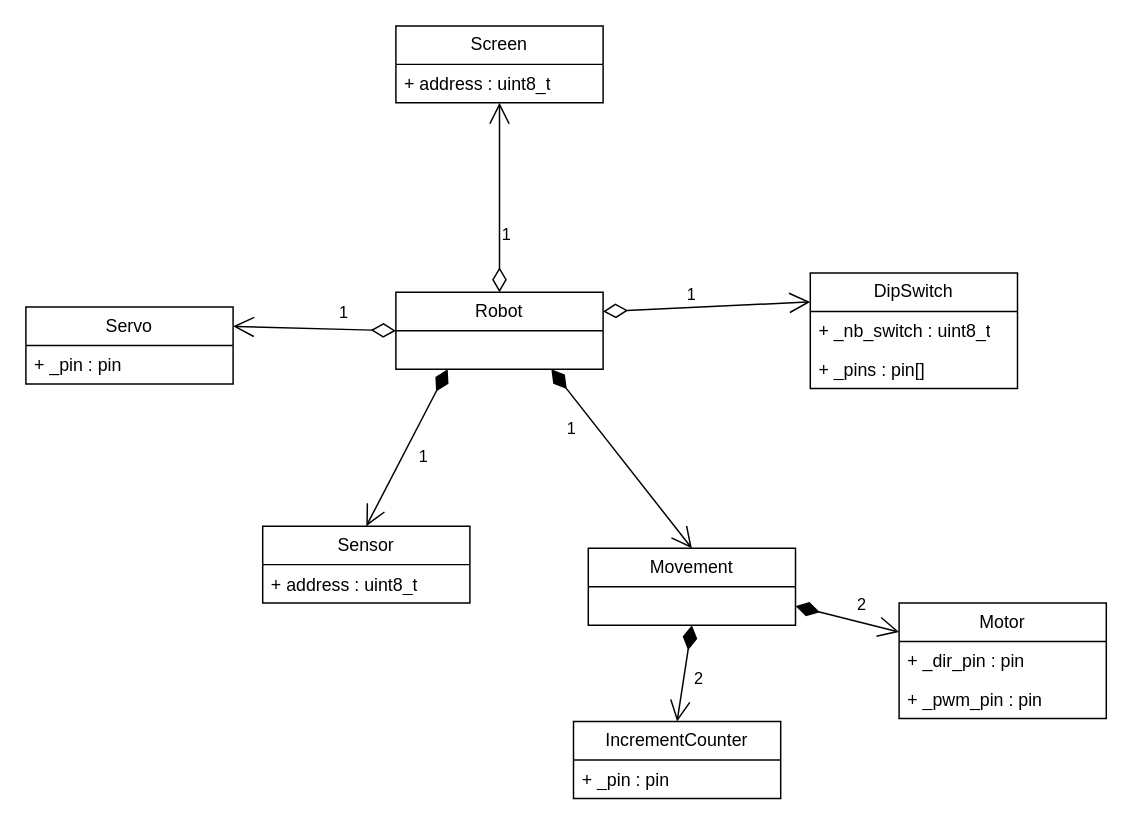
Earlier version of the draw.io diagram Docs/Classes_BAR.drawio (kez97460/Basic-robot). Source tidied: cells renumbered, new cells numbered last; positions are measured from the earlier drawing's top-left corner, leaving out a move shared by most shapes. Both pictures are drawn from the tidied source at 148%, with x=0, y=0 at pixel (25, 25).
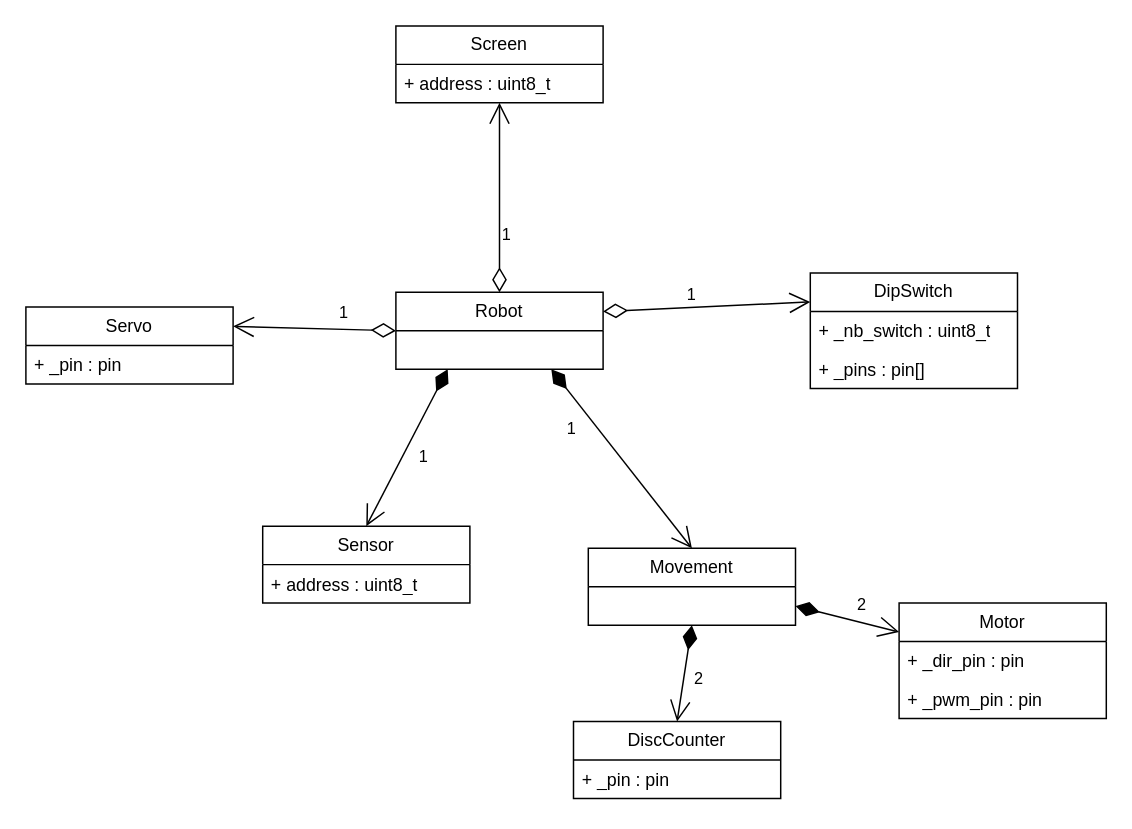
The same diagram, later.

Change to the diagram source:
```diff
@@
-    <mxCell id="11" value="IncrementCounter" style="swimlane;fontStyle=0;horizontal=1;startSize=26;fillColor=none;whiteSpace=wrap;html=1;" parent="1" vertex="1">
+    <mxCell id="11" value="DiscCounter" style="swimlane;fontStyle=0;horizontal=1;startSize=26;fillColor=none;whiteSpace=wrap;html=1;" parent="1" vertex="1">
       <mxGeometry x="370" y="470" width="140" height="52" as="geometry" />
     </mxCell>
```
